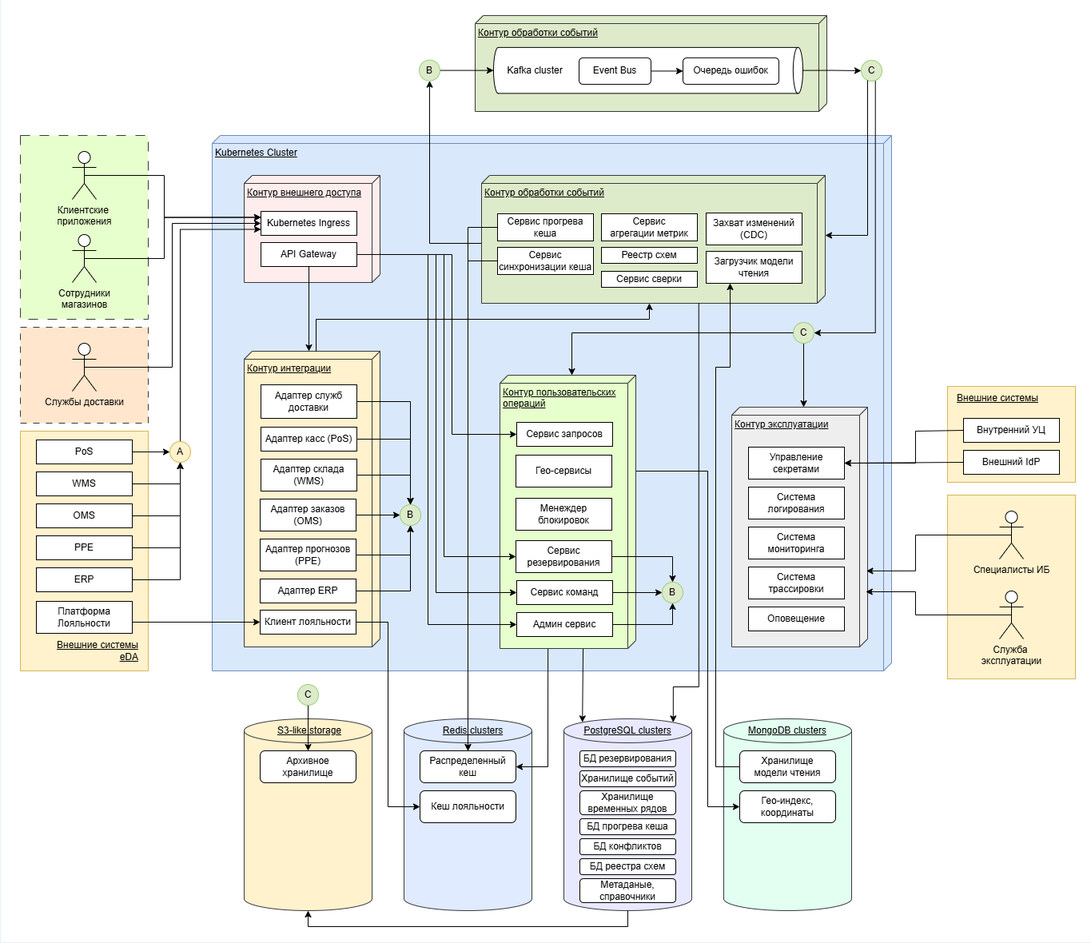
Earlier version of the draw.io export doc/images/deployment_diagram_1.png (taz-mania/k.feoktistov-SD). Source tidied: cells renumbered, new cells last; positions are measured from the earlier drawing's top-left corner, leaving out a move shared by most shapes.
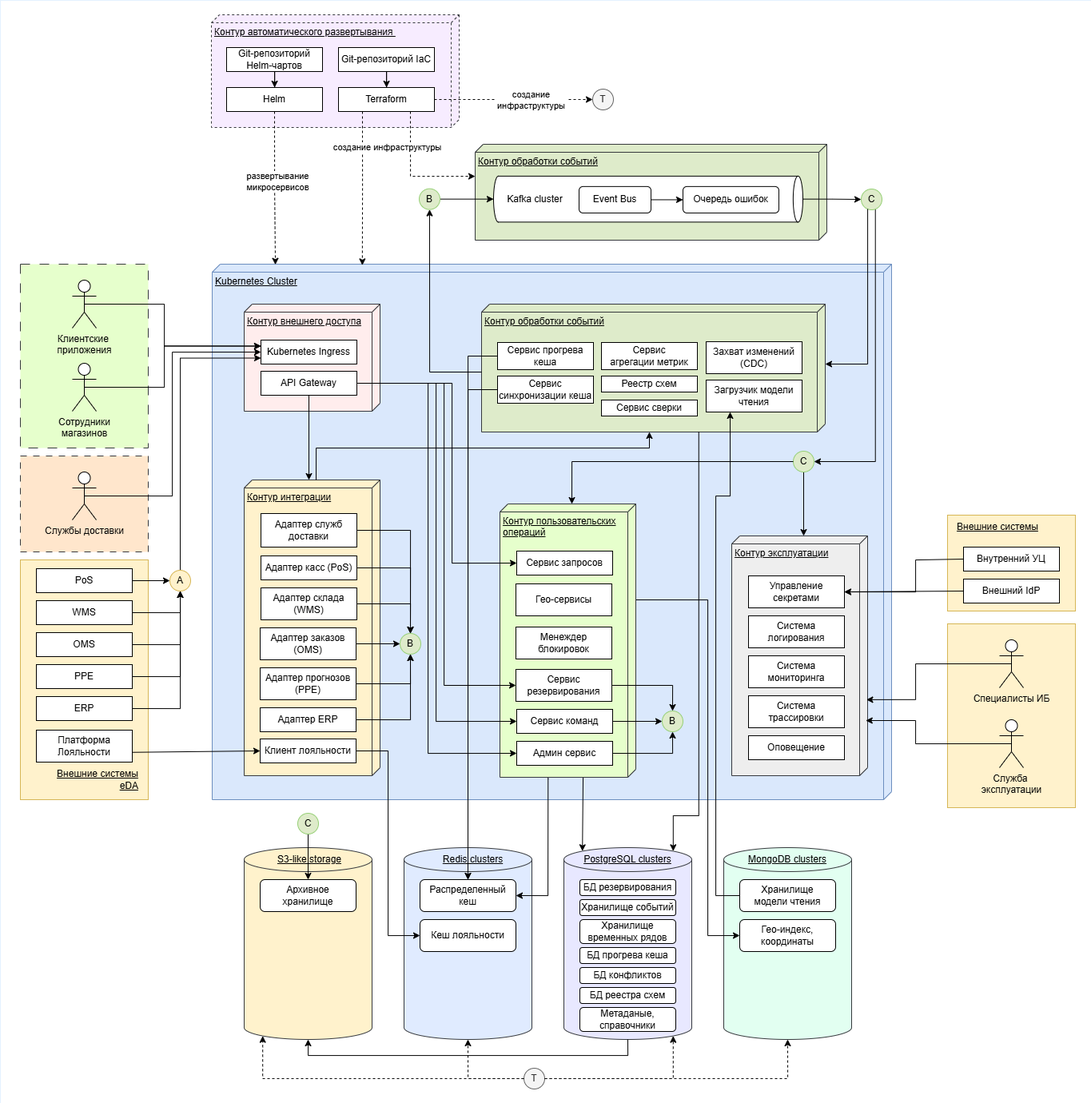
Above is the later version.

Change to the diagram source:
```diff
@@ -3,7 +3,7 @@
     <mxCell id="0" />
     <mxCell id="1" parent="0" />
     <mxCell id="2" style="rounded=0;whiteSpace=wrap;html=1;fillColor=none;strokeColor=#66B2FF;strokeWidth=0;dashed=1;" parent="1" vertex="1">
-      <mxGeometry y="105" width="1365" height="1180" as="geometry" />
+      <mxGeometry y="-55" width="1365" height="1380" as="geometry" />
     </mxCell>
     <mxCell id="3" value="Контур обработки событий" style="verticalAlign=top;align=left;spacingTop=8;spacingLeft=2;spacingRight=12;shape=cube;size=10;direction=south;fontStyle=4;html=1;whiteSpace=wrap;fillColor=#DEEBCA;strokeColor=#36393d;" parent="1" vertex="1">
       <mxGeometry x="594" y="125" width="440" height="120" as="geometry" />
@@ -527,5 +527,80 @@
         </Array>
       </mxGeometry>
     </mxCell>
+    <mxCell id="143" value="Контур автоматического развертывания&amp;nbsp;" style="verticalAlign=top;align=left;spacingTop=8;spacingLeft=2;spacingRight=12;shape=cube;size=10;direction=south;fontStyle=4;html=1;whiteSpace=wrap;fillColor=#F7ECFF;strokeColor=#36393d;dashed=1;" parent="1" vertex="1">
+      <mxGeometry x="264" y="-37" width="310" height="141" as="geometry" />
+    </mxCell>
+    <mxCell id="144" style="edgeStyle=orthogonalEdgeStyle;rounded=0;jettySize=auto;html=1;" parent="1" edge="1" source="145" target="149">
+      <mxGeometry relative="1" as="geometry" />
+    </mxCell>
+    <mxCell id="145" value="Git-репозиторий IaC" style="rounded=0;whiteSpace=wrap;html=1;" parent="1" vertex="1">
+      <mxGeometry x="423" y="4" width="120" height="30" as="geometry" />
+    </mxCell>
+    <mxCell id="146" style="edgeStyle=orthogonalEdgeStyle;rounded=0;jettySize=auto;html=1;exitX=0.25;exitY=1;exitDx=0;exitDy=0;entryX=0.002;entryY=0.779;entryDx=0;entryDy=0;dashed=1;entryPerimeter=0;" parent="1" edge="1" source="149" target="5">
+      <mxGeometry relative="1" as="geometry" />
+    </mxCell>
+    <mxCell id="147" style="edgeStyle=orthogonalEdgeStyle;rounded=0;jettySize=auto;html=1;exitX=1;exitY=0.5;exitDx=0;exitDy=0;dashed=1;" parent="1" edge="1" source="149" target="155">
+      <mxGeometry relative="1" as="geometry" />
+    </mxCell>
+    <mxCell id="148" value="&amp;nbsp;создание&amp;nbsp;&lt;div&gt;&amp;nbsp;инфраструктуры&amp;nbsp;&lt;/div&gt;" style="edgeLabel;html=1;align=center;verticalAlign=middle;" parent="147" vertex="1">
+      <mxGeometry x="-0.05" y="1" relative="1" as="geometry">
+        <mxPoint x="26" y="1" as="offset" />
+      </mxGeometry>
+    </mxCell>
+    <mxCell id="149" value="Terraform" style="rounded=0;whiteSpace=wrap;html=1;" parent="1" vertex="1">
+      <mxGeometry x="423" y="54" width="120" height="30" as="geometry" />
+    </mxCell>
+    <mxCell id="150" style="edgeStyle=orthogonalEdgeStyle;rounded=0;jettySize=auto;html=1;entryX=0.001;entryY=0.907;entryDx=0;entryDy=0;dashed=1;entryPerimeter=0;exitX=0.5;exitY=1;exitDx=0;exitDy=0;" parent="1" edge="1" source="152" target="5">
+      <mxGeometry relative="1" as="geometry" />
+    </mxCell>
+    <mxCell id="151" value="&amp;nbsp;развертывание&amp;nbsp;&lt;div&gt;&amp;nbsp;микросервисов&amp;nbsp;&lt;/div&gt;" style="edgeLabel;html=1;align=center;verticalAlign=middle;" parent="150" vertex="1">
+      <mxGeometry x="-0.07" y="-2" relative="1" as="geometry">
+        <mxPoint x="5" y="-2" as="offset" />
+      </mxGeometry>
+    </mxCell>
+    <mxCell id="152" value="Helm" style="rounded=0;whiteSpace=wrap;html=1;" parent="1" vertex="1">
+      <mxGeometry x="283" y="54" width="120" height="30" as="geometry" />
+    </mxCell>
+    <mxCell id="153" style="edgeStyle=orthogonalEdgeStyle;rounded=0;jettySize=auto;html=1;" parent="1" edge="1" source="154" target="152">
+      <mxGeometry relative="1" as="geometry" />
+    </mxCell>
+    <mxCell id="154" value="Git-репозиторий Helm-чартов" style="rounded=0;whiteSpace=wrap;html=1;" parent="1" vertex="1">
+      <mxGeometry x="283" y="4" width="120" height="30" as="geometry" />
+    </mxCell>
+    <mxCell id="155" value="T" style="ellipse;whiteSpace=wrap;html=1;fillColor=#f5f5f5;strokeColor=#666666;fontColor=#333333;" parent="1" vertex="1">
+      <mxGeometry x="741" y="56" width="26" height="26" as="geometry" />
+    </mxCell>
+    <mxCell id="156" style="edgeStyle=orthogonalEdgeStyle;rounded=0;jettySize=auto;html=1;exitX=0.75;exitY=1;exitDx=0;exitDy=0;entryX=0.338;entryY=1;entryDx=0;entryDy=0;entryPerimeter=0;dashed=1;" parent="1" edge="1" source="149" target="3">
+      <mxGeometry relative="1" as="geometry">
+        <Array as="points">
+          <mxPoint x="513" y="165" />
+          <mxPoint x="594" y="165" />
+        </Array>
+      </mxGeometry>
+    </mxCell>
+    <mxCell id="157" value="создание инфраструктуры" style="edgeLabel;html=1;align=center;verticalAlign=middle;" parent="156" vertex="1">
+      <mxGeometry x="-0.46" y="2" relative="1" as="geometry">
+        <mxPoint x="-32" as="offset" />
+      </mxGeometry>
+    </mxCell>
+    <mxCell id="158" value="T" style="ellipse;whiteSpace=wrap;html=1;fillColor=#f5f5f5;strokeColor=#666666;fontColor=#333333;" parent="1" vertex="1">
+      <mxGeometry x="655" y="1281" width="26" height="26" as="geometry" />
+    </mxCell>
+    <mxCell id="159" style="edgeStyle=orthogonalEdgeStyle;rounded=0;jettySize=auto;html=1;entryX=0.5;entryY=1;entryDx=0;entryDy=0;entryPerimeter=0;dashed=1;" parent="1" edge="1" source="158" target="26">
+      <mxGeometry relative="1" as="geometry" />
+    </mxCell>
+    <mxCell id="160" style="edgeStyle=orthogonalEdgeStyle;rounded=0;jettySize=auto;html=1;entryX=0.145;entryY=1;entryDx=0;entryDy=-4.35;entryPerimeter=0;dashed=1;" parent="1" edge="1" source="158" target="31">
+      <mxGeometry relative="1" as="geometry" />
+    </mxCell>
+    <mxCell id="161" style="edgeStyle=orthogonalEdgeStyle;rounded=0;jettySize=auto;html=1;entryX=0.5;entryY=1;entryDx=0;entryDy=0;entryPerimeter=0;dashed=1;" parent="1" edge="1" source="158" target="11">
+      <mxGeometry relative="1" as="geometry">
+        <Array as="points">
+          <mxPoint x="585" y="1294" />
+        </Array>
+      </mxGeometry>
+    </mxCell>
+    <mxCell id="162" style="edgeStyle=orthogonalEdgeStyle;rounded=0;jettySize=auto;html=1;entryX=0.855;entryY=1;entryDx=0;entryDy=-4.35;entryPerimeter=0;dashed=1;" parent="1" edge="1" source="158" target="16">
+      <mxGeometry relative="1" as="geometry" />
+    </mxCell>
   </root>
 </mxGraphModel>
```
